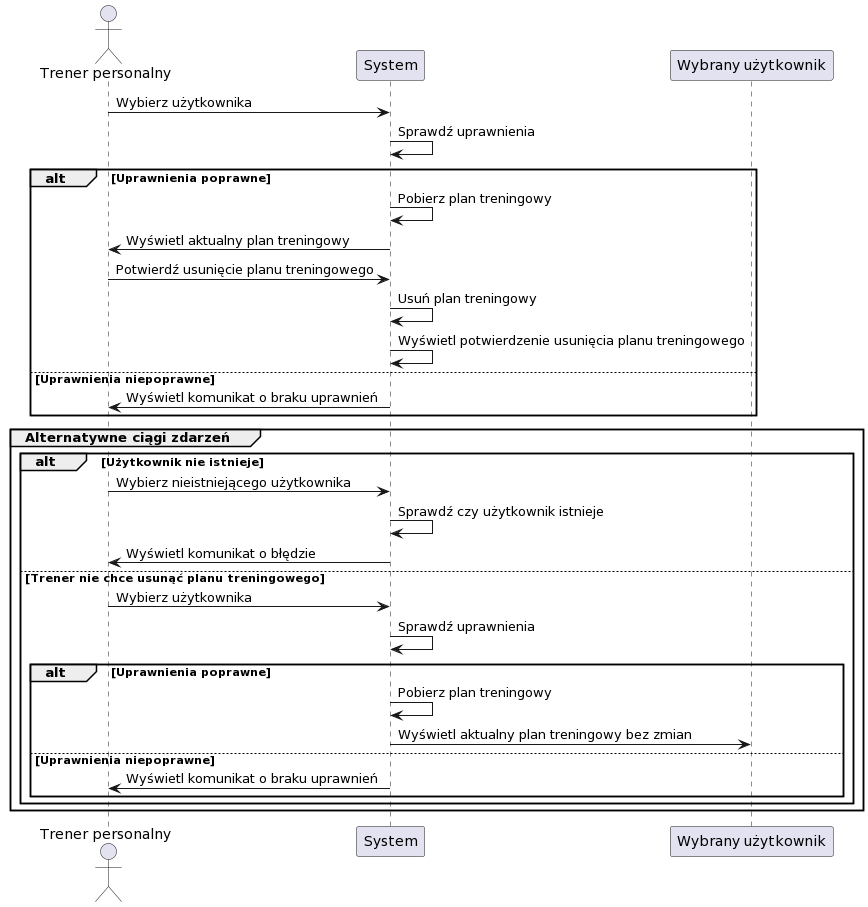
The PlantUML diagram diagrams/sequence/Usun_plan_treningowy.png in pepe5p/simple-gym, before a commit.
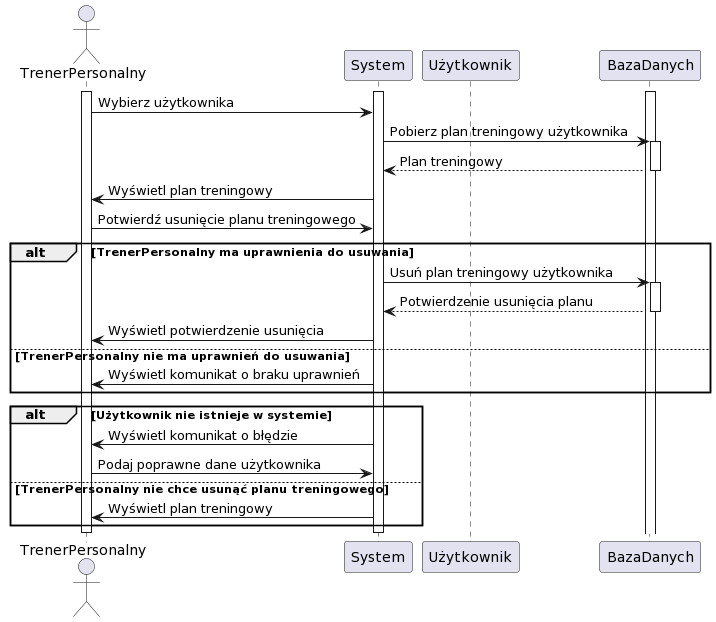
After the change.

Commit message:
Added Trener Personalny and Dietetyk

What changed in the source:
```diff
@@ -1,35 +1,37 @@
 @startuml
-actor "Trener personalny" as Trener
-participant System as S
-participant "Wybrany użytkownik" as Użytkownik
+actor TrenerPersonalny
+participant System
+participant Użytkownik
+participant BazaDanych
 
-Trener -> S: Wybierz użytkownika
-S -> S: Sprawdź uprawnienia
+activate TrenerPersonalny
+activate System
+activate BazaDanych
 
-alt Uprawnienia poprawne
-  S -> S: Pobierz plan treningowy
-  S -> Trener: Wyświetl aktualny plan treningowy
-  Trener -> S: Potwierdź usunięcie planu treningowego
-  S -> S: Usuń plan treningowy
-  S -> S: Wyświetl potwierdzenie usunięcia planu treningowego
-else Uprawnienia niepoprawne
-  S -> Trener: Wyświetl komunikat o braku uprawnień
+TrenerPersonalny -> System: Wybierz użytkownika
+System -> BazaDanych: Pobierz plan treningowy użytkownika
+activate BazaDanych
+BazaDanych --> System: Plan treningowy
+deactivate BazaDanych
+System -> TrenerPersonalny: Wyświetl plan treningowy
+TrenerPersonalny -> System: Potwierdź usunięcie planu treningowego
+alt TrenerPersonalny ma uprawnienia do usuwania
+    System -> BazaDanych: Usuń plan treningowy użytkownika
+    activate BazaDanych
+    BazaDanych --> System: Potwierdzenie usunięcia planu
+    deactivate BazaDanych
+    System -> TrenerPersonalny: Wyświetl potwierdzenie usunięcia
+else TrenerPersonalny nie ma uprawnień do usuwania
+    System -> TrenerPersonalny: Wyświetl komunikat o braku uprawnień
+end
+alt Użytkownik nie istnieje w systemie
+    System -> TrenerPersonalny: Wyświetl komunikat o błędzie
+    TrenerPersonalny -> System: Podaj poprawne dane użytkownika
+else TrenerPersonalny nie chce usunąć planu treningowego
+    System -> TrenerPersonalny: Wyświetl plan treningowy
 end
 
-group Alternatywne ciągi zdarzeń
-  alt Użytkownik nie istnieje
-    Trener -> S: Wybierz nieistniejącego użytkownika
-    S -> S: Sprawdź czy użytkownik istnieje
-    S -> Trener: Wyświetl komunikat o błędzie
-  else Trener nie chce usunąć planu treningowego
-    Trener -> S: Wybierz użytkownika
-    S -> S: Sprawdź uprawnienia
-    alt Uprawnienia poprawne
-      S -> S: Pobierz plan treningowy
-      S -> Użytkownik: Wyświetl aktualny plan treningowy bez zmian
-    else Uprawnienia niepoprawne
-      S -> Trener: Wyświetl komunikat o braku uprawnień
-    end
-  end
-end
+deactivate TrenerPersonalny
+deactivate System
+deactivate Użytkownik
 @enduml
```
